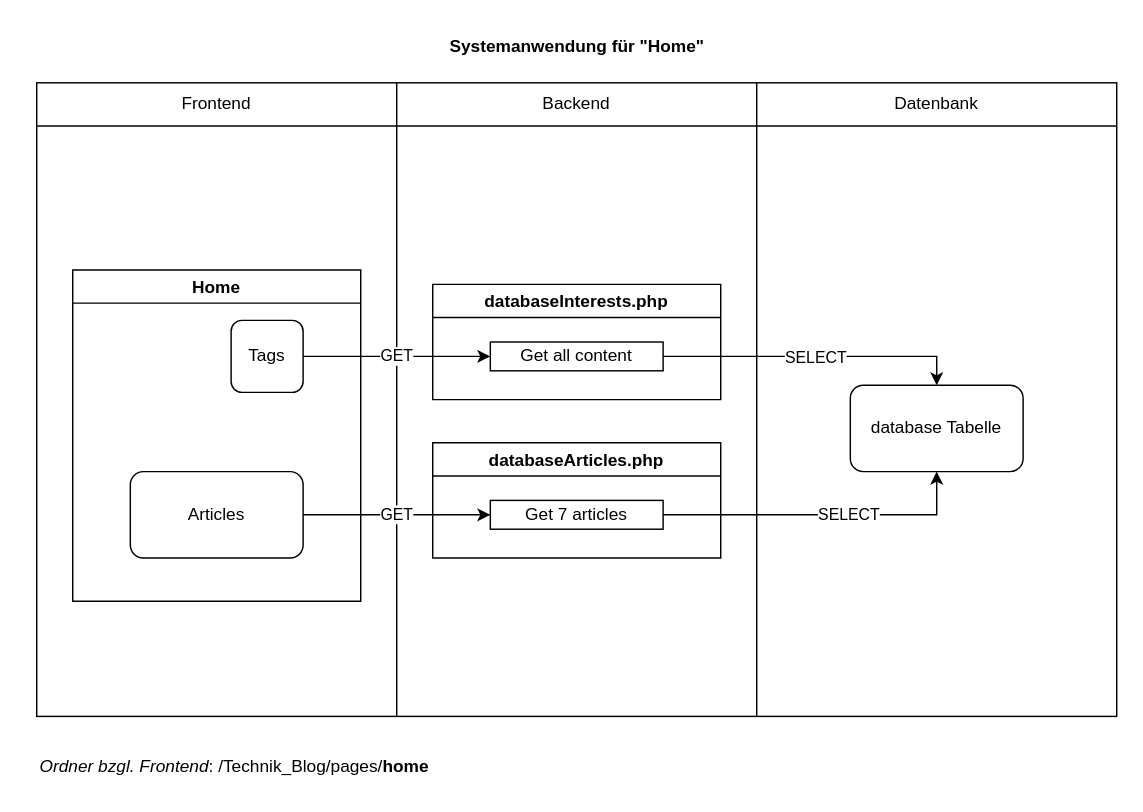
This is Dokumentation/Komponentenbeschreibung/Komponentenbeschreibung_Home.drawio from CoffeeAddict987/Technik_Blog, a draw.io file, before an edit. Source tidied: cells renumbered, new cells numbered last; positions are measured from the earlier drawing's top-left corner, leaving out a move shared by most shapes. Both pictures are drawn from the tidied source at 144%, with x=0, y=0 at pixel (24, 24).
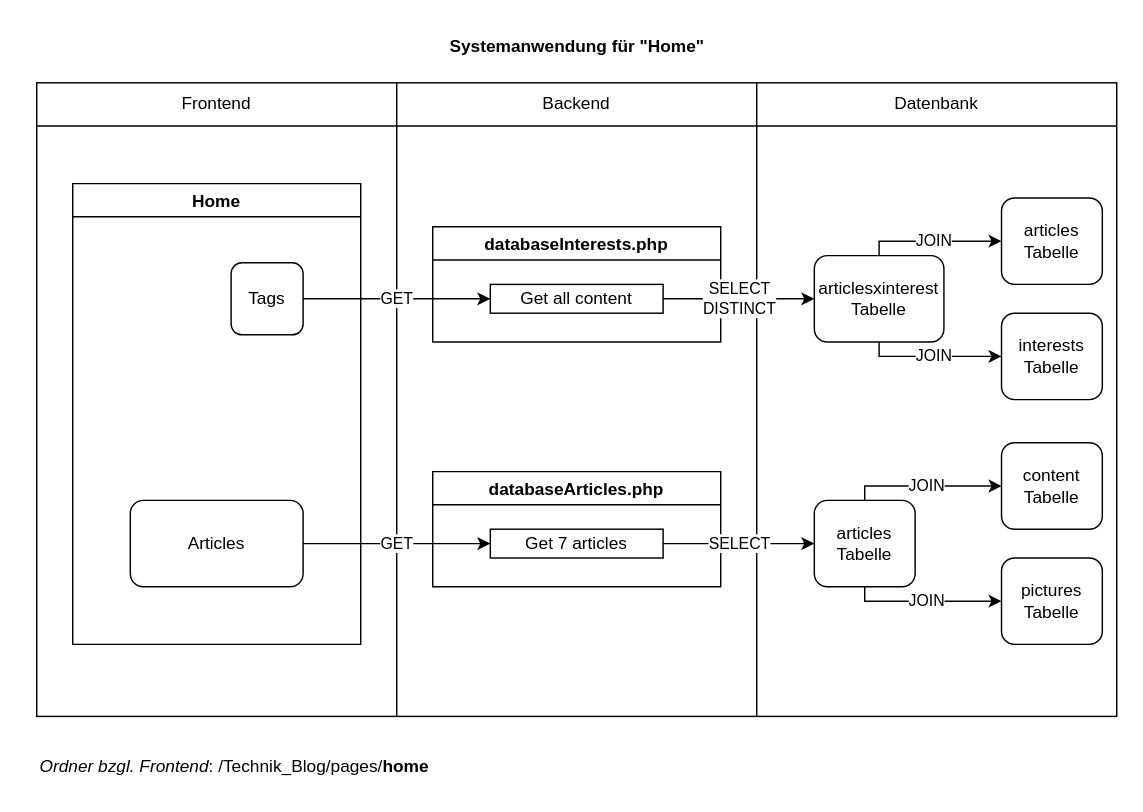
The same diagram, later.

The change refers to these unchanged cells:
```xml
<mxCell id="16" value="Get 7 articles" style="rounded=0;whiteSpace=wrap;html=1;" parent="15" vertex="1">
  <mxGeometry x="40" y="40" width="120" height="20" as="geometry" />
</mxCell>
<mxCell id="18" value="Get all content" style="rounded=0;whiteSpace=wrap;html=1;" parent="17" vertex="1">
  <mxGeometry x="40" y="40" width="120" height="20" as="geometry" />
</mxCell>
```

The edit, as a diff of the source:
```diff
@@
     <mxCell id="10" value="Home" style="swimlane;" parent="1" vertex="1">
-      <mxGeometry x="33" y="170" width="200" height="230" as="geometry" />
+      <mxGeometry x="33" y="110" width="200" height="320" as="geometry" />
     </mxCell>
     <mxCell id="11" value="Tags" style="rounded=1;whiteSpace=wrap;html=1;" parent="10" vertex="1">
-      <mxGeometry x="110" y="35" width="50" height="50" as="geometry" />
+      <mxGeometry x="110" y="55" width="50" height="50" as="geometry" />
     </mxCell>
     <mxCell id="12" value="Articles" style="rounded=1;whiteSpace=wrap;html=1;" parent="10" vertex="1">
-      <mxGeometry x="40" y="140" width="120" height="60" as="geometry" />
+      <mxGeometry x="40" y="220" width="120" height="60" as="geometry" />
     </mxCell>
-    <mxCell id="13" value="database Tabelle" style="rounded=1;whiteSpace=wrap;html=1;" parent="1" vertex="1">
-      <mxGeometry x="573" y="250" width="120" height="60" as="geometry" />
-    </mxCell>
@@
     <mxCell id="15" value="databaseArticles.php" style="swimlane;" parent="1" vertex="1">
-      <mxGeometry x="283" y="290" width="200" height="80" as="geometry" />
+      <mxGeometry x="283" y="310" width="200" height="80" as="geometry" />
     </mxCell>
@@
     <mxCell id="17" value="databaseInterests.php" style="swimlane;" parent="1" vertex="1">
-      <mxGeometry x="283" y="180" width="200" height="80" as="geometry" />
+      <mxGeometry x="283" y="140" width="200" height="80" as="geometry" />
     </mxCell>
@@
-    <mxCell id="21" style="endArrow=classic;html=1;rounded=0;exitX=1;exitY=0.5;exitDx=0;exitDy=0;entryX=0.5;entryY=1;entryDx=0;entryDy=0;" parent="1" edge="1" source="16" target="13">
-      <mxGeometry relative="1" as="geometry">
-        <Array as="points">
-          <mxPoint x="633" y="340" />
-        </Array>
-      </mxGeometry>
-    </mxCell>
-    <mxCell id="22" value="SELECT" style="edgeLabel;html=1;align=center;verticalAlign=middle;" parent="21" vertex="1">
-      <mxGeometry x="0.16" y="1" relative="1" as="geometry" />
-    </mxCell>
-    <mxCell id="23" style="endArrow=classic;html=1;rounded=0;exitX=1;exitY=0.5;exitDx=0;exitDy=0;entryX=0.5;entryY=0;entryDx=0;entryDy=0;" parent="1" edge="1" source="18" target="13">
-      <mxGeometry relative="1" as="geometry">
-        <Array as="points">
-          <mxPoint x="633" y="230" />
-        </Array>
-      </mxGeometry>
-    </mxCell>
-    <mxCell id="24" value="SELECT" style="edgeLabel;html=1;align=center;verticalAlign=middle;" parent="23" vertex="1">
-      <mxGeometry relative="1" as="geometry" />
-    </mxCell>
+    <mxCell id="25" value="articlesxinterest Tabelle" style="rounded=1;whiteSpace=wrap;html=1;" parent="1" vertex="1">
+      <mxGeometry x="548" y="160" width="90" height="60" as="geometry" />
+    </mxCell>
+    <mxCell id="26" value="articles Tabelle" style="rounded=1;whiteSpace=wrap;html=1;" parent="1" vertex="1">
+      <mxGeometry x="678" y="120" width="70" height="60" as="geometry" />
+    </mxCell>
+    <mxCell id="27" value="interests Tabelle" style="rounded=1;whiteSpace=wrap;html=1;" parent="1" vertex="1">
+      <mxGeometry x="678" y="200" width="70" height="60" as="geometry" />
+    </mxCell>
+    <mxCell id="28" value="articles Tabelle" style="rounded=1;whiteSpace=wrap;html=1;" parent="1" vertex="1">
+      <mxGeometry x="548" y="330" width="70" height="60" as="geometry" />
+    </mxCell>
+    <mxCell id="29" value="content Tabelle" style="rounded=1;whiteSpace=wrap;html=1;" parent="1" vertex="1">
+      <mxGeometry x="678" y="290" width="70" height="60" as="geometry" />
+    </mxCell>
+    <mxCell id="30" value="pictures Tabelle" style="rounded=1;whiteSpace=wrap;html=1;" parent="1" vertex="1">
+      <mxGeometry x="678" y="370" width="70" height="60" as="geometry" />
+    </mxCell>
+    <mxCell id="31" value="JOIN" style="endArrow=classic;html=1;rounded=0;exitX=0.5;exitY=0;exitDx=0;exitDy=0;" parent="1" edge="1" source="28" target="29">
+      <mxGeometry relative="1" as="geometry">
+        <Array as="points">
+          <mxPoint x="583" y="320" />
+        </Array>
+      </mxGeometry>
+    </mxCell>
+    <mxCell id="32" value="JOIN" style="endArrow=classic;html=1;rounded=0;exitX=0.5;exitY=1;exitDx=0;exitDy=0;" parent="1" edge="1" source="28" target="30">
+      <mxGeometry relative="1" as="geometry">
+        <Array as="points">
+          <mxPoint x="583" y="400" />
+        </Array>
+      </mxGeometry>
+    </mxCell>
+    <mxCell id="33" value="JOIN" style="endArrow=classic;html=1;rounded=0;exitX=0.5;exitY=1;exitDx=0;exitDy=0;entryX=0;entryY=0.5;entryDx=0;entryDy=0;" parent="1" edge="1" source="25" target="27">
+      <mxGeometry relative="1" as="geometry">
+        <Array as="points">
+          <mxPoint x="593" y="230" />
+        </Array>
+      </mxGeometry>
+    </mxCell>
+    <mxCell id="34" value="JOIN" style="endArrow=classic;html=1;rounded=0;exitX=0.5;exitY=0;exitDx=0;exitDy=0;" parent="1" edge="1" source="25" target="26">
+      <mxGeometry relative="1" as="geometry">
+        <Array as="points">
+          <mxPoint x="593" y="150" />
+        </Array>
+      </mxGeometry>
+    </mxCell>
+    <mxCell id="35" value="SELECT &lt;br&gt;DISTINCT" style="endArrow=classic;html=1;rounded=0;exitX=1;exitY=0.5;exitDx=0;exitDy=0;entryX=0;entryY=0.5;entryDx=0;entryDy=0;" parent="1" edge="1" source="18" target="25">
+      <mxGeometry relative="1" as="geometry" />
+    </mxCell>
+    <mxCell id="36" value="SELECT" style="endArrow=classic;html=1;rounded=0;exitX=1;exitY=0.5;exitDx=0;exitDy=0;entryX=0;entryY=0.5;entryDx=0;entryDy=0;" parent="1" edge="1" source="16" target="28">
+      <mxGeometry relative="1" as="geometry" />
+    </mxCell>
```
